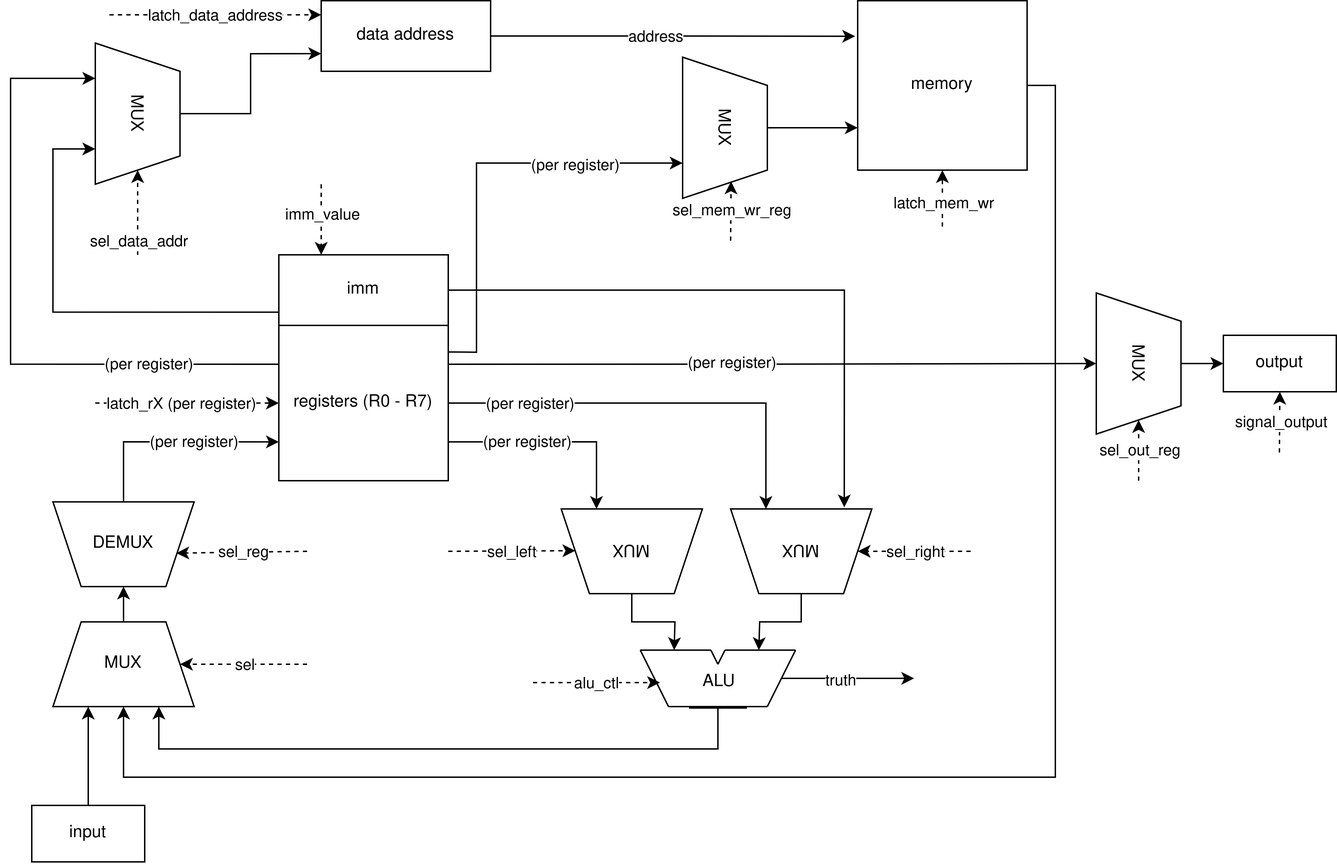
This is diagrams/datapath.drawio.png from sultanowskii/drum, a draw.io export, as it was before one commit. Source tidied: cells renumbered, new cells last; positions are measured from the earlier drawing's top-left corner, leaving out a move shared by most shapes.
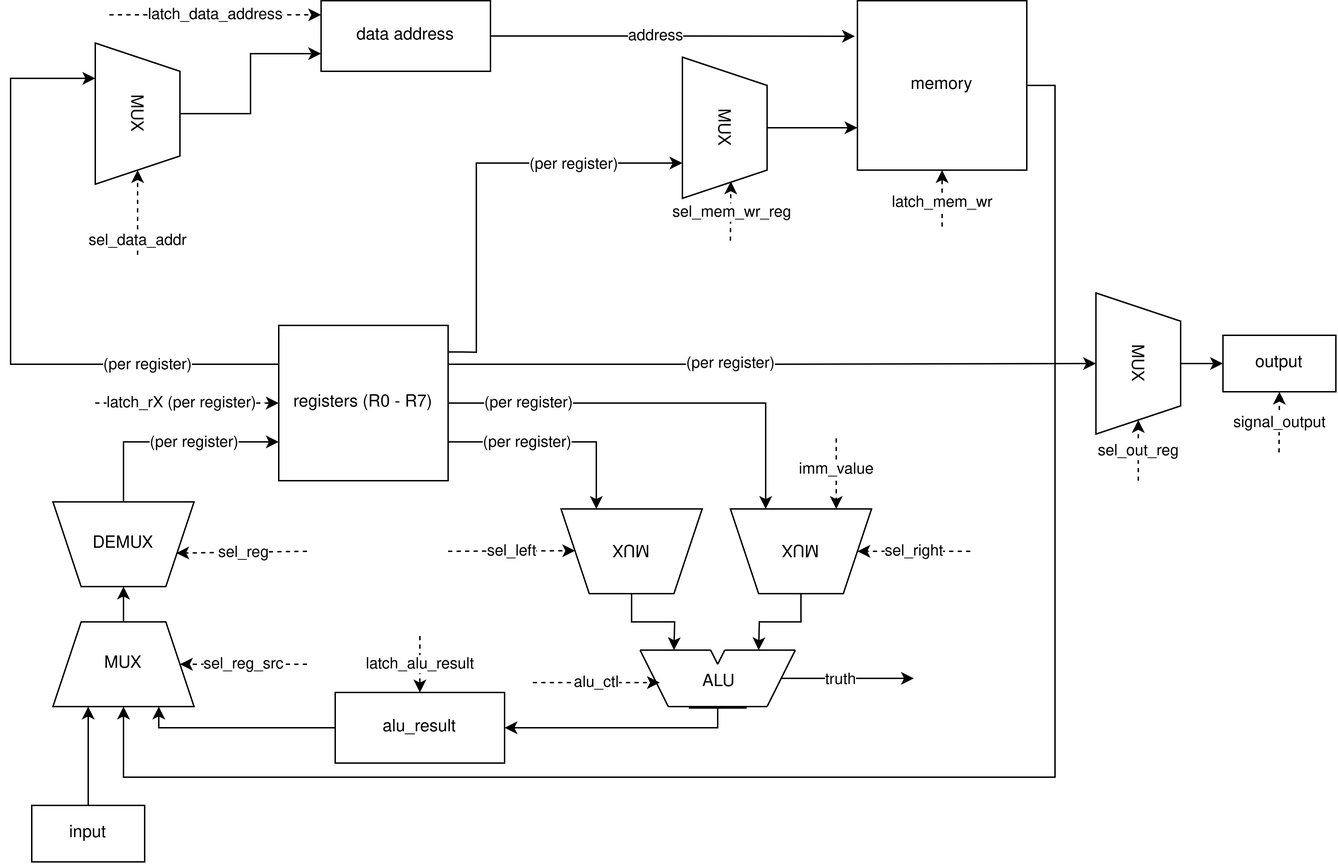
After the commit.

Commit message:
change machine up to diagram

What changed in the source:
```diff
@@ -68,20 +68,9 @@
     <mxCell id="15" value="&lt;div&gt;registers (R0 - R7)&lt;/div&gt;" style="rounded=0;whiteSpace=wrap;html=1;" parent="1" vertex="1">
       <mxGeometry x="190" y="230" width="120" height="110" as="geometry" />
     </mxCell>
-    <mxCell id="16" style="edgeStyle=orthogonalEdgeStyle;rounded=0;jettySize=auto;html=1;exitX=-0.004;exitY=0.812;exitDx=0;exitDy=0;exitPerimeter=0;entryX=0.75;entryY=1;entryDx=0;entryDy=0;" parent="1" edge="1" source="17" target="21">
-      <mxGeometry relative="1" as="geometry">
-        <Array as="points">
-          <mxPoint x="30" y="221" />
-          <mxPoint x="30" y="105" />
-        </Array>
-      </mxGeometry>
-    </mxCell>
-    <mxCell id="17" value="imm" style="rounded=0;whiteSpace=wrap;html=1;" parent="1" vertex="1">
-      <mxGeometry x="190" y="180" width="120" height="50" as="geometry" />
-    </mxCell>
-    <mxCell id="18" style="endArrow=classic;html=1;rounded=0;dashed=1;entryX=0.25;entryY=0;entryDx=0;entryDy=0;" parent="1" edge="1" target="17">
+    <mxCell id="18" style="endArrow=classic;html=1;rounded=0;dashed=1;entryX=0.25;entryY=1;entryDx=0;entryDy=0;" parent="1" edge="1" target="36">
       <mxGeometry relative="1" as="geometry">
-        <mxPoint x="220" y="130" as="sourcePoint" />
+        <mxPoint x="585" y="310" as="sourcePoint" />
       </mxGeometry>
     </mxCell>
     <mxCell id="19" value="imm_value" style="edgeLabel;html=1;align=center;verticalAlign=middle;" parent="18" vertex="1">
@@ -211,14 +200,13 @@
     <mxCell id="46" value="alu_ctl" style="edgeLabel;html=1;align=center;verticalAlign=middle;" parent="45" vertex="1">
       <mxGeometry relative="1" as="geometry" />
     </mxCell>
-    <mxCell id="47" style="edgeStyle=orthogonalEdgeStyle;rounded=0;jettySize=auto;html=1;entryX=0.75;entryY=1;entryDx=0;entryDy=0;" parent="1" edge="1" source="48" target="50">
-      <mxGeometry relative="1" as="geometry">
-        <Array as="points">
-          <mxPoint x="501" y="530" />
-          <mxPoint x="105" y="530" />
-        </Array>
-      </mxGeometry>
-    </mxCell>
+    <mxCell id="78" style="edgeStyle=orthogonalEdgeStyle;rounded=0;jettySize=auto;html=1;entryX=1;entryY=0.5;entryDx=0;entryDy=0;" parent="1" edge="1" source="48" target="80">
+      <mxGeometry relative="1" as="geometry">
+        <Array as="points">
+          <mxPoint x="501" y="515" />
+        </Array>
+      </mxGeometry>
+    </mxCell>
     <mxCell id="48" style="rounded=0;whiteSpace=wrap;html=1;" parent="1" vertex="1">
       <mxGeometry x="481" y="500" width="40" height="1" as="geometry" />
     </mxCell>
@@ -244,7 +232,7 @@
         <mxPoint x="210" y="470" as="sourcePoint" />
       </mxGeometry>
     </mxCell>
-    <mxCell id="55" value="sel" style="edgeLabel;html=1;align=center;verticalAlign=middle;" parent="54" vertex="1">
+    <mxCell id="55" value="sel_reg_src" style="edgeLabel;html=1;align=center;verticalAlign=middle;" parent="54" vertex="1">
       <mxGeometry relative="1" as="geometry" />
     </mxCell>
     <mxCell id="56" style="endArrow=classic;html=1;rounded=0;dashed=1;entryX=0.126;entryY=0.395;entryDx=0;entryDy=0;entryPerimeter=0;" parent="1" edge="1" target="53">
@@ -296,9 +284,6 @@
         <mxPoint y="3" as="offset" />
       </mxGeometry>
     </mxCell>
-    <mxCell id="68" style="edgeStyle=orthogonalEdgeStyle;rounded=0;jettySize=auto;html=1;entryX=0.195;entryY=1.019;entryDx=0;entryDy=0;entryPerimeter=0;" parent="1" edge="1" source="17" target="36">
-      <mxGeometry relative="1" as="geometry" />
-    </mxCell>
     <mxCell id="69" style="endArrow=classic;html=1;rounded=0;dashed=1;entryX=0.88;entryY=0.428;entryDx=0;entryDy=0;entryPerimeter=0;" parent="1" edge="1" target="65">
       <mxGeometry relative="1" as="geometry">
         <mxPoint x="510" y="170" as="sourcePoint" />
@@ -332,5 +317,23 @@
     <mxCell id="77" value="signal_output" style="edgeLabel;html=1;align=center;verticalAlign=middle;" parent="76" vertex="1">
       <mxGeometry relative="1" as="geometry" />
     </mxCell>
+    <mxCell id="79" style="edgeStyle=orthogonalEdgeStyle;rounded=0;jettySize=auto;html=1;entryX=0.75;entryY=1;entryDx=0;entryDy=0;" parent="1" edge="1" source="80" target="50">
+      <mxGeometry relative="1" as="geometry">
+        <Array as="points">
+          <mxPoint x="105" y="515" />
+        </Array>
+      </mxGeometry>
+    </mxCell>
+    <mxCell id="80" value="alu_result" style="rounded=0;whiteSpace=wrap;html=1;" parent="1" vertex="1">
+      <mxGeometry x="230" y="490" width="120" height="50" as="geometry" />
+    </mxCell>
+    <mxCell id="81" style="endArrow=classic;html=1;rounded=0;dashed=1;entryX=0.5;entryY=0;entryDx=0;entryDy=0;" parent="1" edge="1" target="80">
+      <mxGeometry relative="1" as="geometry">
+        <mxPoint x="290" y="450" as="sourcePoint" />
+      </mxGeometry>
+    </mxCell>
+    <mxCell id="82" value="latch_alu_result" style="edgeLabel;html=1;align=center;verticalAlign=middle;" parent="81" vertex="1">
+      <mxGeometry relative="1" as="geometry" />
+    </mxCell>
   </root>
 </mxGraphModel>
```
